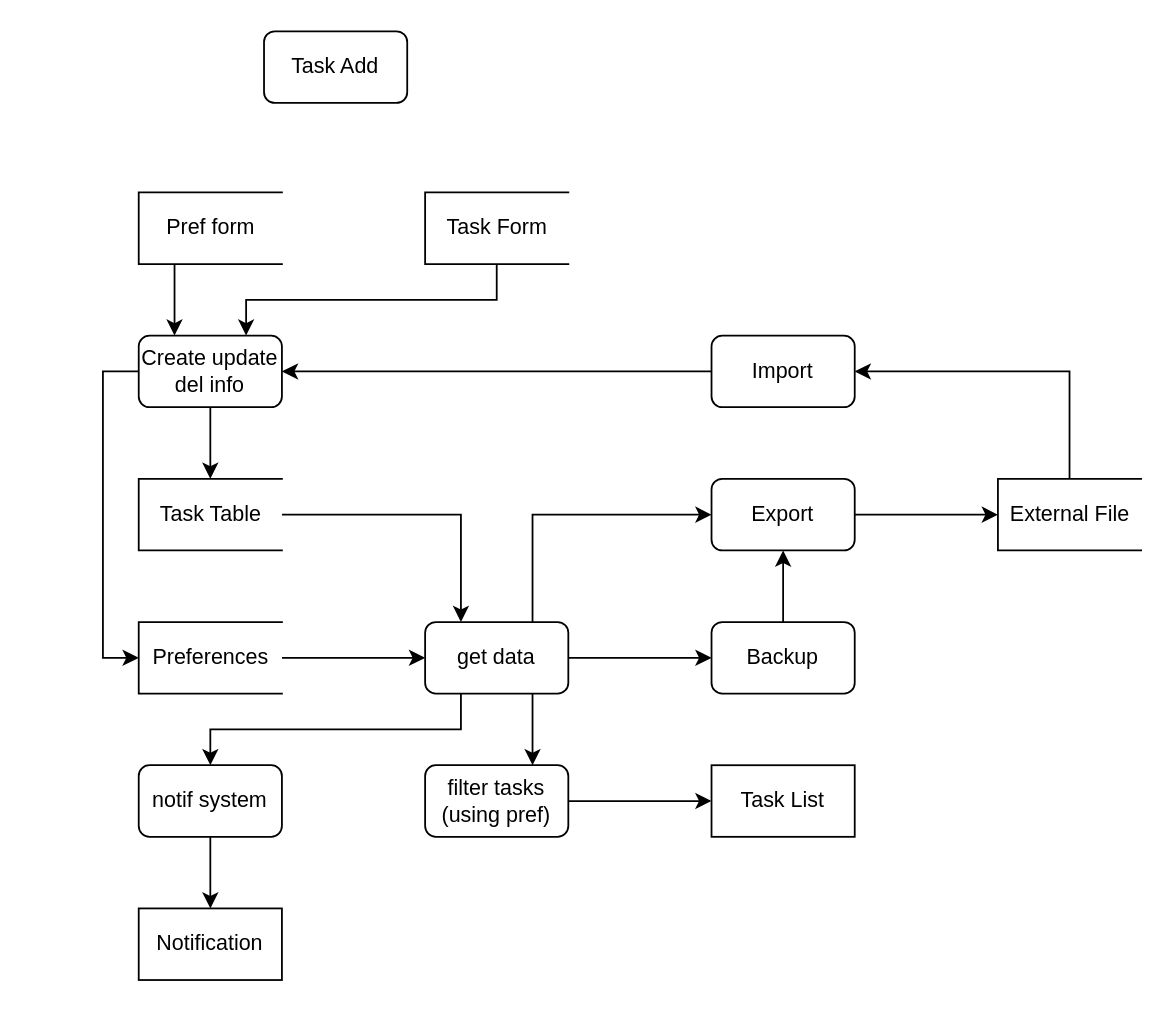
Earlier version of the draw.io diagram page "LVL 0 DFD" (1 of 3) of misc_files/NEA-Diagrams.drawio (ash-entwisle/Task_Manager). Source tidied: cells renumbered, new cells numbered last; positions are measured from the earlier drawing's top-left corner, leaving out a move shared by most shapes. Both pictures are drawn from the tidied source at 179%, with x=0, y=0 at pixel (102, 30).
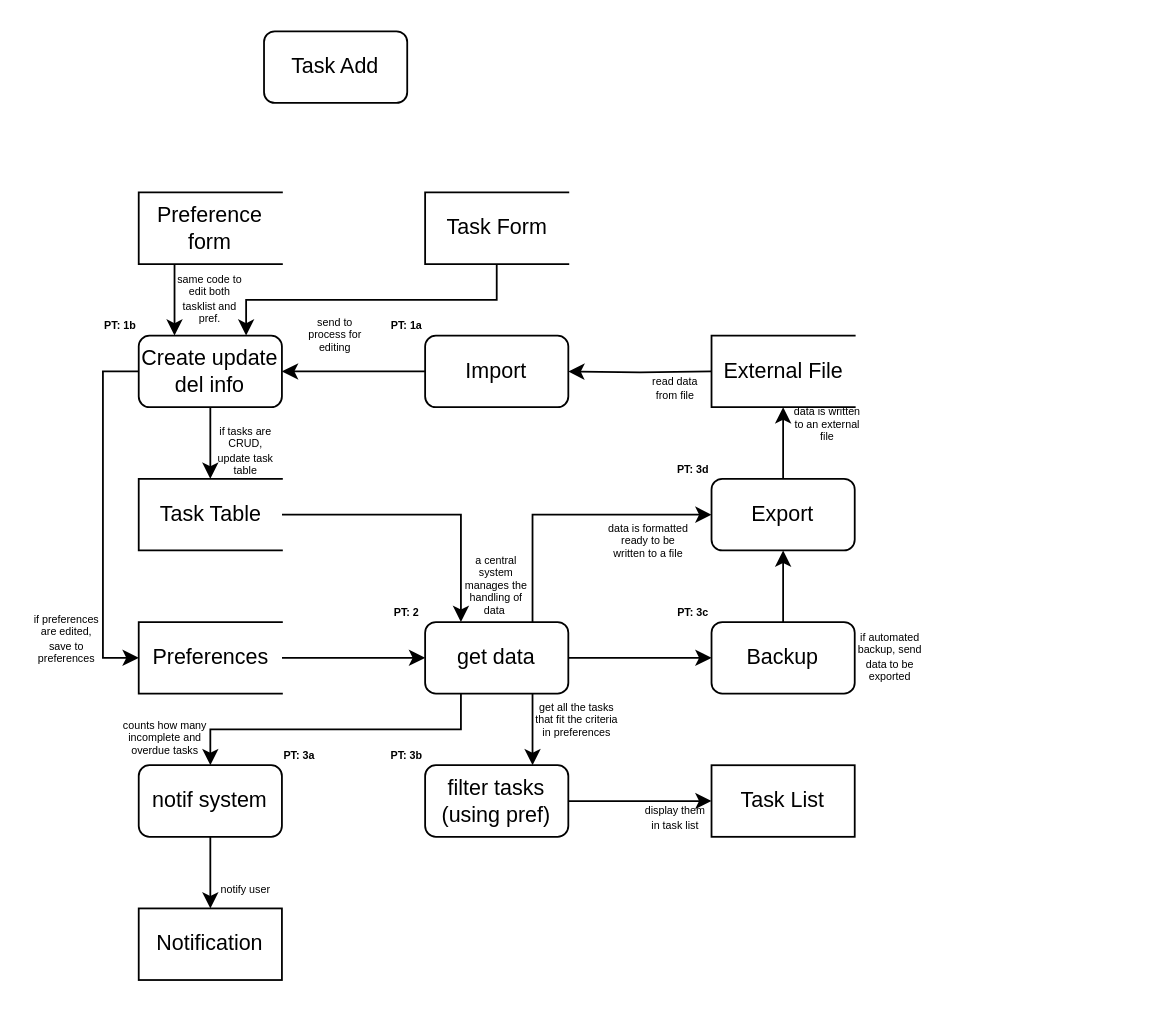
Above is the later version.

The change refers to these unchanged cells:
```xml
<mxCell id="22" value="Create update del info" style="rounded=1;whiteSpace=wrap;html=1;" parent="1" vertex="1">
  <mxGeometry x="20" y="170" width="80" height="40" as="geometry" />
</mxCell>
```

Change to the diagram source:
```diff
@@
-    <mxCell id="7" style="edgeStyle=orthogonalEdgeStyle;rounded=0;jettySize=auto;html=1;" parent="1" edge="1" source="8" target="14">
-      <mxGeometry relative="1" as="geometry">
-        <Array as="points">
-          <mxPoint x="540" y="190" />
-        </Array>
-      </mxGeometry>
-    </mxCell>
     <mxCell id="8" value="External File" style="html=1;dashed=0;whitespace=wrap;shape=partialRectangle;right=0;" parent="1" vertex="1">
-      <mxGeometry x="500" y="250" width="80" height="40" as="geometry" />
+      <mxGeometry x="340" y="170" width="80" height="40" as="geometry" />
     </mxCell>
@@
-    <mxCell id="13" style="edgeStyle=orthogonalEdgeStyle;rounded=0;jettySize=auto;html=1;entryX=1;entryY=0.5;entryDx=0;entryDy=0;" parent="1" edge="1" source="14" target="22">
-      <mxGeometry relative="1" as="geometry" />
+    <mxCell id="13" style="edgeStyle=orthogonalEdgeStyle;rounded=0;jettySize=auto;html=1;entryX=1;entryY=0.5;entryDx=0;entryDy=0;" parent="1" edge="1" target="14">
+      <mxGeometry relative="1" as="geometry">
+        <mxPoint x="340" y="190" as="sourcePoint" />
+      </mxGeometry>
     </mxCell>
-    <mxCell id="14" value="Import" style="rounded=1;whiteSpace=wrap;html=1;" parent="1" vertex="1">
-      <mxGeometry x="340" y="170" width="80" height="40" as="geometry" />
-    </mxCell>
@@
-    <mxCell id="30" value="Pref form" style="html=1;dashed=0;whitespace=wrap;shape=partialRectangle;right=0;" parent="1" vertex="1">
+    <mxCell id="30" value="Preference form" style="html=1;dashed=0;whitespace=wrap;shape=partialRectangle;right=0;whiteSpace=wrap;" parent="1" vertex="1">
       <mxGeometry x="20" y="90" width="80" height="40" as="geometry" />
     </mxCell>
@@
+    <mxCell id="33" value="same code to edit both tasklist and pref." style="text;html=1;strokeColor=none;fillColor=none;align=center;verticalAlign=middle;whiteSpace=wrap;rounded=0;fontSize=6;" parent="1" vertex="1">
+      <mxGeometry x="40" y="130" width="40" height="40" as="geometry" />
+    </mxCell>
+    <mxCell id="34" value="if preferences are edited, save to preferences" style="text;html=1;strokeColor=none;fillColor=none;align=center;verticalAlign=middle;whiteSpace=wrap;rounded=0;fontSize=6;" parent="1" vertex="1">
+      <mxGeometry x="-40" y="330" width="40" height="20" as="geometry" />
+    </mxCell>
+    <mxCell id="35" value="if tasks are CRUD, update task table" style="text;html=1;strokeColor=none;fillColor=none;align=center;verticalAlign=middle;whiteSpace=wrap;rounded=0;fontSize=6;" parent="1" vertex="1">
+      <mxGeometry x="60" y="220" width="40" height="30" as="geometry" />
+    </mxCell>
+    <mxCell id="36" value="a central system manages the handling of data&amp;nbsp;" style="text;html=1;strokeColor=none;fillColor=none;align=center;verticalAlign=middle;whiteSpace=wrap;rounded=0;fontSize=6;" parent="1" vertex="1">
+      <mxGeometry x="200" y="290" width="40" height="40" as="geometry" />
+    </mxCell>
+    <mxCell id="37" value="read data from file" style="text;html=1;strokeColor=none;fillColor=none;align=center;verticalAlign=middle;whiteSpace=wrap;rounded=0;fontSize=6;" parent="1" vertex="1">
+      <mxGeometry x="300" y="190" width="40" height="20" as="geometry" />
+    </mxCell>
+    <mxCell id="38" value="send to process for editing" style="text;html=1;strokeColor=none;fillColor=none;align=center;verticalAlign=middle;whiteSpace=wrap;rounded=0;fontSize=6;" parent="1" vertex="1">
+      <mxGeometry x="110" y="160" width="40" height="20" as="geometry" />
+    </mxCell>
+    <mxCell id="39" value="if automated backup, send data to be exported" style="text;html=1;strokeColor=none;fillColor=none;align=center;verticalAlign=middle;whiteSpace=wrap;rounded=0;fontSize=6;" parent="1" vertex="1">
+      <mxGeometry x="420" y="340" width="40" height="20" as="geometry" />
+    </mxCell>
+    <mxCell id="40" value="data is written to an external file" style="text;html=1;strokeColor=none;fillColor=none;align=center;verticalAlign=middle;whiteSpace=wrap;rounded=0;fontSize=6;" parent="1" vertex="1">
+      <mxGeometry x="385" y="210" width="40" height="20" as="geometry" />
+    </mxCell>
+    <mxCell id="41" value="data is formatted ready to be written to a file" style="text;html=1;strokeColor=none;fillColor=none;align=center;verticalAlign=middle;whiteSpace=wrap;rounded=0;fontSize=6;" parent="1" vertex="1">
+      <mxGeometry x="280" y="270" width="50" height="30" as="geometry" />
+    </mxCell>
+    <mxCell id="42" value="get all the tasks that fit the criteria in preferences" style="text;html=1;strokeColor=none;fillColor=none;align=center;verticalAlign=middle;whiteSpace=wrap;rounded=0;fontSize=6;" parent="1" vertex="1">
+      <mxGeometry x="240" y="370" width="50" height="30" as="geometry" />
+    </mxCell>
+    <mxCell id="43" value="display them in task list" style="text;html=1;strokeColor=none;fillColor=none;align=center;verticalAlign=middle;whiteSpace=wrap;rounded=0;fontSize=6;" parent="1" vertex="1">
+      <mxGeometry x="300" y="430" width="40" height="20" as="geometry" />
+    </mxCell>
+    <mxCell id="44" value="counts how many incomplete and overdue tasks" style="text;html=1;strokeColor=none;fillColor=none;align=center;verticalAlign=middle;whiteSpace=wrap;rounded=0;fontSize=6;" parent="1" vertex="1">
+      <mxGeometry x="10" y="380" width="50" height="30" as="geometry" />
+    </mxCell>
+    <mxCell id="45" value="notify user" style="text;html=1;strokeColor=none;fillColor=none;align=center;verticalAlign=middle;whiteSpace=wrap;rounded=0;fontSize=6;" parent="1" vertex="1">
+      <mxGeometry x="60" y="470" width="40" height="20" as="geometry" />
+    </mxCell>
+    <mxCell id="46" value="PT: 1b" style="text;html=1;strokeColor=none;fillColor=none;align=center;verticalAlign=middle;whiteSpace=wrap;rounded=0;fontSize=6;fontStyle=1;" parent="1" vertex="1">
+      <mxGeometry y="160" width="20" height="10" as="geometry" />
+    </mxCell>
+    <mxCell id="47" value="PT: 2" style="text;html=1;strokeColor=none;fillColor=none;align=center;verticalAlign=middle;whiteSpace=wrap;rounded=0;fontSize=6;fontStyle=1;" parent="1" vertex="1">
+      <mxGeometry x="160" y="320" width="20" height="10" as="geometry" />
+    </mxCell>
+    <mxCell id="48" value="PT: 3a" style="text;html=1;strokeColor=none;fillColor=none;align=center;verticalAlign=middle;whiteSpace=wrap;rounded=0;fontSize=6;fontStyle=1;" parent="1" vertex="1">
+      <mxGeometry x="100" y="400" width="20" height="10" as="geometry" />
+    </mxCell>
+    <mxCell id="49" value="PT: 3b" style="text;html=1;strokeColor=none;fillColor=none;align=center;verticalAlign=middle;whiteSpace=wrap;rounded=0;fontSize=6;fontStyle=1;" parent="1" vertex="1">
+      <mxGeometry x="160" y="400" width="20" height="10" as="geometry" />
+    </mxCell>
+    <mxCell id="50" value="PT: 3c" style="text;html=1;strokeColor=none;fillColor=none;align=center;verticalAlign=middle;whiteSpace=wrap;rounded=0;fontSize=6;fontStyle=1;" parent="1" vertex="1">
+      <mxGeometry x="320" y="320" width="20" height="10" as="geometry" />
+    </mxCell>
+    <mxCell id="51" value="PT: 3d" style="text;html=1;strokeColor=none;fillColor=none;align=center;verticalAlign=middle;whiteSpace=wrap;rounded=0;fontSize=6;fontStyle=1;" parent="1" vertex="1">
+      <mxGeometry x="320" y="240" width="20" height="10" as="geometry" />
+    </mxCell>
+    <mxCell id="52" style="edgeStyle=orthogonalEdgeStyle;rounded=0;jettySize=auto;html=1;fontSize=6;" parent="1" edge="1" source="14" target="22">
+      <mxGeometry relative="1" as="geometry" />
+    </mxCell>
+    <mxCell id="14" value="Import" style="rounded=1;whiteSpace=wrap;html=1;" parent="1" vertex="1">
+      <mxGeometry x="180" y="170" width="80" height="40" as="geometry" />
+    </mxCell>
+    <mxCell id="53" value="PT: 1a" style="text;html=1;strokeColor=none;fillColor=none;align=center;verticalAlign=middle;whiteSpace=wrap;rounded=0;fontSize=6;fontStyle=1;" parent="1" vertex="1">
+      <mxGeometry x="160" y="160" width="20" height="10" as="geometry" />
+    </mxCell>
```
